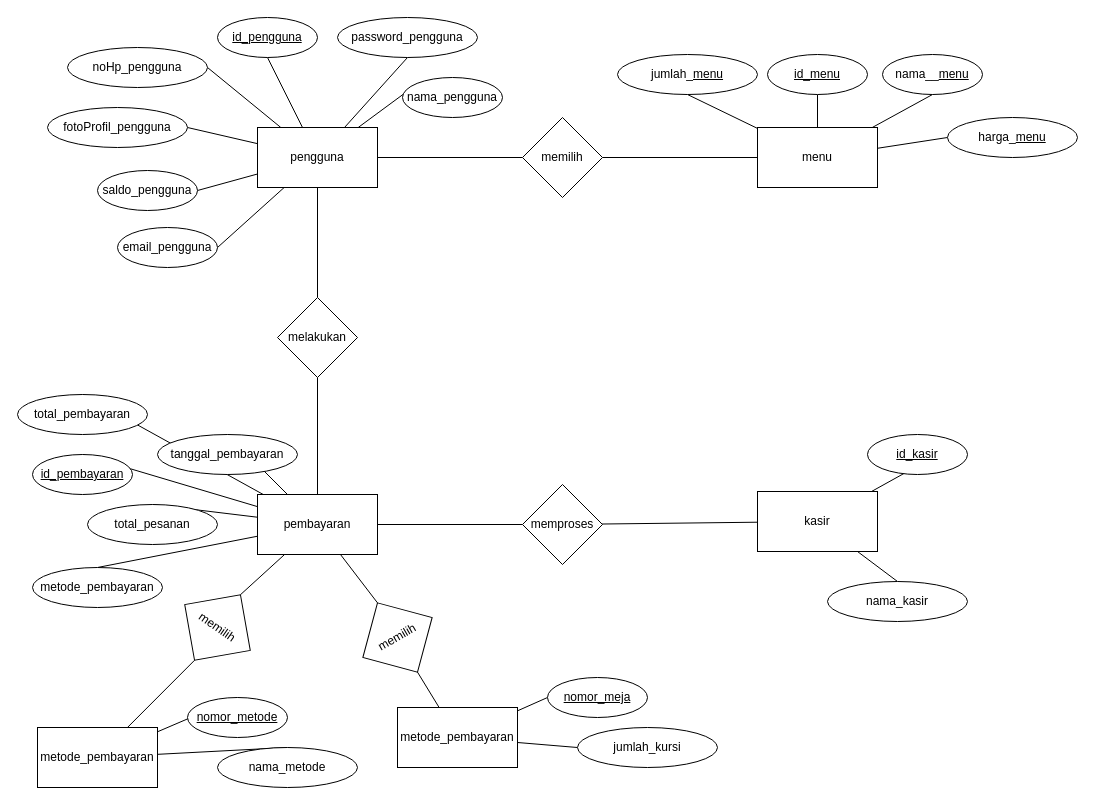
Above: ERD.drawio in muhammadnazaralwi/B-CoreBackend (draw.io), before the change. Source tidied: cells renumbered, new cells numbered last; positions are measured from the earlier drawing's top-left corner, leaving out a move shared by most shapes. Both pictures are drawn from the tidied source at 100%, with x=0, y=0 at pixel (17, 17).
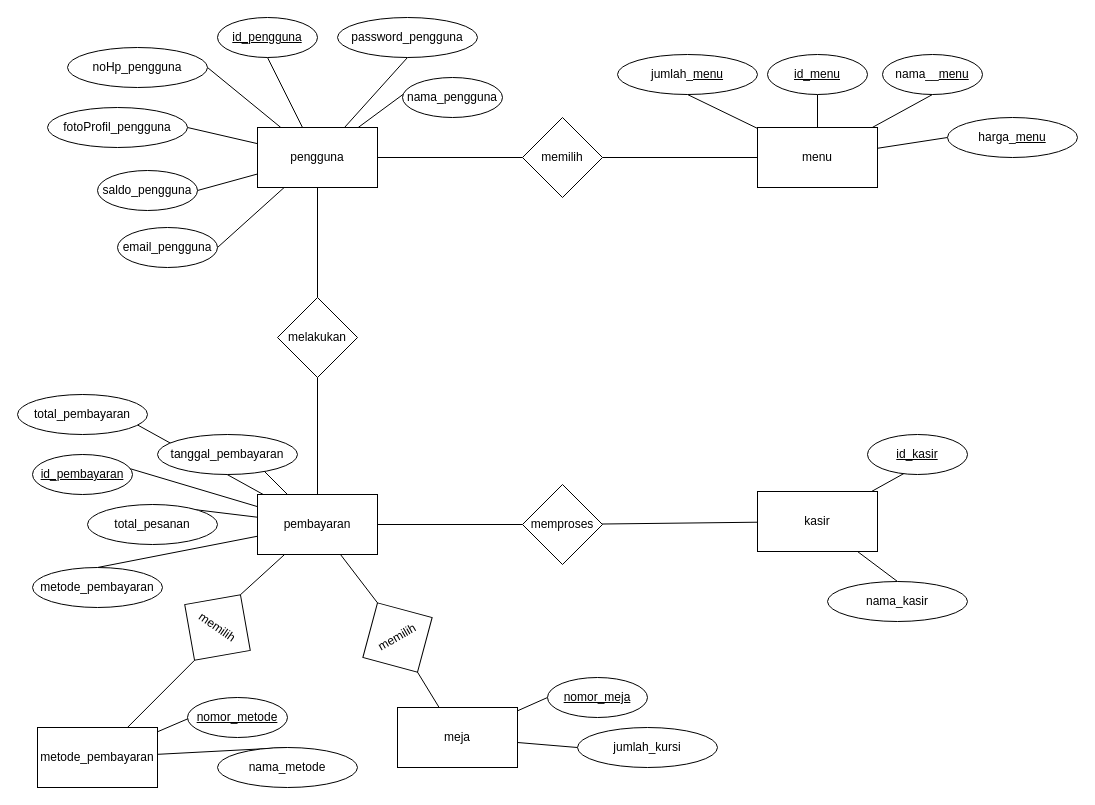
Above is the later version.

What changed in the source:
```diff
@@
-    <mxCell id="65" value="metode_pembayaran" style="rounded=0;whiteSpace=wrap;html=1;" parent="1" vertex="1">
+    <mxCell id="65" value="meja" style="rounded=0;whiteSpace=wrap;html=1;" parent="1" vertex="1">
       <mxGeometry x="380" y="690" width="120" height="60" as="geometry" />
     </mxCell>
```
